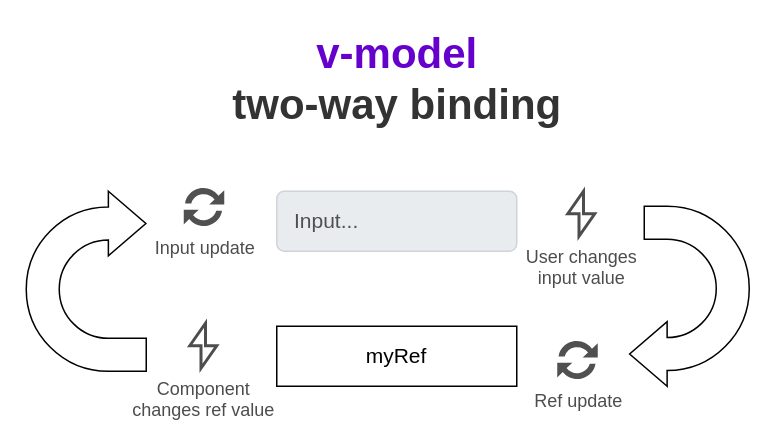
The draw.io diagram page "v-model" (1 of 2) of posts/171-vue-v-model/diagrams/diagram.drawio in panzerdp/dmitripavlutin.com, before the edit. Source tidied: cells renumbered, new cells numbered last; positions are measured from the earlier drawing's top-left corner, leaving out a move shared by most shapes. Both pictures are drawn from the tidied source at 150%, with x=0, y=0 at pixel (26, 26).
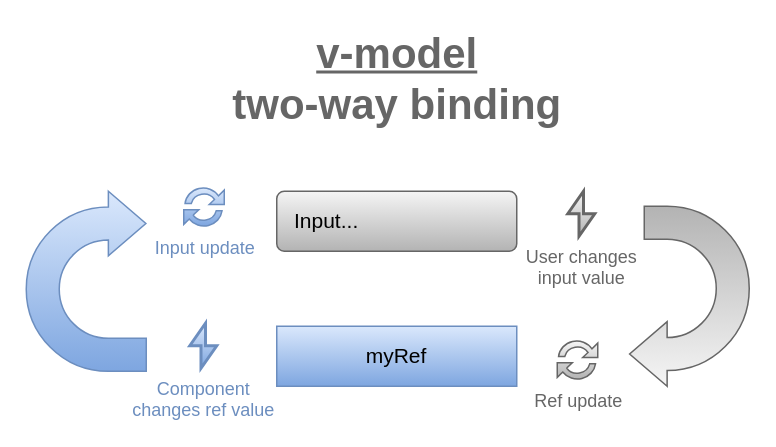
The same diagram, later.

Commit message (it also covers changes not shown here):
content: update v-model form inputs post pictures

Change to the diagram source:
```diff
@@
 <mxGraphModel>
   <root>
     <mxCell id="0" />
     <mxCell id="1" parent="0" />
-    <mxCell id="2" value="Input..." style="html=1;shadow=0;dashed=0;shape=mxgraph.bootstrap.rrect;rSize=5;strokeColor=#CED4DA;strokeWidth=1;fillColor=#E9ECEF;fontColor=#505050;whiteSpace=wrap;align=left;verticalAlign=middle;spacingLeft=10;fontSize=14;" parent="1" vertex="1">
+    <mxCell id="2" value="Input..." style="html=1;shadow=0;dashed=0;shape=mxgraph.bootstrap.rrect;rSize=5;strokeColor=#666666;strokeWidth=1;fillColor=#f5f5f5;whiteSpace=wrap;align=left;verticalAlign=middle;spacingLeft=10;fontSize=14;gradientColor=#b3b3b3;" parent="1" vertex="1">
       <mxGeometry x="167" y="110" width="160" height="40" as="geometry" />
     </mxCell>
-    <mxCell id="3" value="&lt;font style=&quot;font-size: 14px;&quot;&gt;myRef&lt;/font&gt;" style="rounded=0;whiteSpace=wrap;html=1;" parent="1" vertex="1">
+    <mxCell id="3" value="&lt;font style=&quot;font-size: 14px;&quot;&gt;myRef&lt;/font&gt;" style="rounded=0;whiteSpace=wrap;html=1;fillColor=#dae8fc;gradientColor=#7ea6e0;strokeColor=#6c8ebf;" parent="1" vertex="1">
       <mxGeometry x="167" y="200" width="160" height="40" as="geometry" />
     </mxCell>
-    <mxCell id="4" style="html=1;shadow=0;dashed=0;align=center;verticalAlign=middle;shape=mxgraph.arrows2.uTurnArrow;dy=11;arrowHead=43;dx2=25;flipH=1;flipV=1;" parent="1" vertex="1">
+    <mxCell id="4" style="html=1;shadow=0;dashed=0;align=center;verticalAlign=middle;shape=mxgraph.arrows2.uTurnArrow;dy=11;arrowHead=43;dx2=25;flipH=1;flipV=1;fillColor=#f5f5f5;gradientColor=#b3b3b3;strokeColor=#666666;" parent="1" vertex="1">
       <mxGeometry x="412" y="120" width="70" height="120" as="geometry" />
     </mxCell>
-    <mxCell id="5" style="html=1;shadow=0;dashed=0;align=center;verticalAlign=middle;shape=mxgraph.arrows2.uTurnArrow;dy=11;arrowHead=43;dx2=25;flipH=0;flipV=0;" parent="1" vertex="1">
+    <mxCell id="5" style="html=1;shadow=0;dashed=0;align=center;verticalAlign=middle;shape=mxgraph.arrows2.uTurnArrow;dy=11;arrowHead=43;dx2=25;flipH=0;flipV=0;fillColor=#dae8fc;gradientColor=#7ea6e0;strokeColor=#6c8ebf;" parent="1" vertex="1">
       <mxGeometry y="110" width="80" height="120" as="geometry" />
     </mxCell>
-    <mxCell id="6" value="&lt;font color=&quot;#6600cc&quot;&gt;v-model&lt;/font&gt; &lt;br&gt;two-way binding" style="text;strokeColor=none;fillColor=none;html=1;fontSize=28;fontStyle=1;verticalAlign=middle;align=center;fontColor=#333333;" parent="1" vertex="1">
+    <mxCell id="6" value="&lt;font color=&quot;#666666&quot;&gt;&lt;u&gt;v-model &lt;br&gt;&lt;/u&gt;two-way binding&lt;/font&gt;" style="text;strokeColor=none;fillColor=none;html=1;fontSize=28;fontStyle=1;verticalAlign=middle;align=center;fontColor=#333333;" parent="1" vertex="1">
       <mxGeometry x="132" width="230" height="70" as="geometry" />
     </mxCell>
-    <mxCell id="7" value="&lt;font color=&quot;#4d4d4d&quot;&gt;User changes&lt;br&gt;input value&lt;br&gt;&lt;/font&gt;" style="html=1;verticalLabelPosition=bottom;align=center;labelBackgroundColor=#ffffff;verticalAlign=top;strokeWidth=2;strokeColor=#4D4D4D;shadow=0;dashed=0;shape=mxgraph.ios7.icons.flash;fontColor=#6600CC;" parent="1" vertex="1">
+    <mxCell id="7" value="&lt;font color=&quot;#666666&quot;&gt;User changes&lt;br&gt;input value&lt;/font&gt;" style="html=1;verticalLabelPosition=bottom;align=center;labelBackgroundColor=#ffffff;verticalAlign=top;strokeWidth=2;strokeColor=#666666;shadow=0;dashed=0;shape=mxgraph.ios7.icons.flash;fillColor=#f5f5f5;gradientColor=#b3b3b3;" parent="1" vertex="1">
       <mxGeometry x="361" y="110" width="18" height="30" as="geometry" />
     </mxCell>
-    <mxCell id="8" value="&lt;font color=&quot;#4d4d4d&quot;&gt;Component&lt;br&gt;changes ref value&lt;br&gt;&lt;/font&gt;" style="html=1;verticalLabelPosition=bottom;align=center;labelBackgroundColor=#ffffff;verticalAlign=top;strokeWidth=2;strokeColor=#4D4D4D;shadow=0;dashed=0;shape=mxgraph.ios7.icons.flash;fontColor=#6600CC;" parent="1" vertex="1">
+    <mxCell id="8" value="&lt;font color=&quot;#6c8ebf&quot;&gt;Component&lt;br&gt;changes ref value&lt;/font&gt;" style="html=1;verticalLabelPosition=bottom;align=center;labelBackgroundColor=#ffffff;verticalAlign=top;strokeWidth=2;strokeColor=#6c8ebf;shadow=0;dashed=0;shape=mxgraph.ios7.icons.flash;fillColor=#dae8fc;gradientColor=#7ea6e0;" parent="1" vertex="1">
       <mxGeometry x="109" y="198" width="18" height="30" as="geometry" />
     </mxCell>
-    <mxCell id="9" value="Ref update" style="sketch=0;shadow=0;dashed=0;html=1;strokeColor=none;labelPosition=center;verticalLabelPosition=bottom;verticalAlign=top;align=center;fillColor=#505050;shape=mxgraph.mscae.intune.update;fontSize=12;fontColor=#4D4D4D;strokeWidth=1;" parent="1" vertex="1">
+    <mxCell id="9" value="&lt;font color=&quot;#666666&quot;&gt;Ref update&lt;/font&gt;" style="sketch=0;shadow=0;dashed=0;html=1;strokeColor=#666666;labelPosition=center;verticalLabelPosition=bottom;verticalAlign=top;align=center;fillColor=#f5f5f5;shape=mxgraph.mscae.intune.update;fontSize=12;strokeWidth=1;gradientColor=#b3b3b3;" parent="1" vertex="1">
       <mxGeometry x="354" y="209" width="27" height="27" as="geometry" />
     </mxCell>
-    <mxCell id="10" value="Input update" style="sketch=0;shadow=0;dashed=0;html=1;strokeColor=none;labelPosition=center;verticalLabelPosition=bottom;verticalAlign=top;align=center;fillColor=#505050;shape=mxgraph.mscae.intune.update;fontSize=12;fontColor=#4D4D4D;strokeWidth=1;" parent="1" vertex="1">
+    <mxCell id="10" value="&lt;font color=&quot;#6c8ebf&quot;&gt;Input update&lt;/font&gt;" style="sketch=0;shadow=0;dashed=0;html=1;strokeColor=#6c8ebf;labelPosition=center;verticalLabelPosition=bottom;verticalAlign=top;align=center;fillColor=#dae8fc;shape=mxgraph.mscae.intune.update;fontSize=12;strokeWidth=1;gradientColor=#7ea6e0;" parent="1" vertex="1">
       <mxGeometry x="105" y="107" width="27" height="27" as="geometry" />
     </mxCell>
   </root>
 </mxGraphModel>
```
